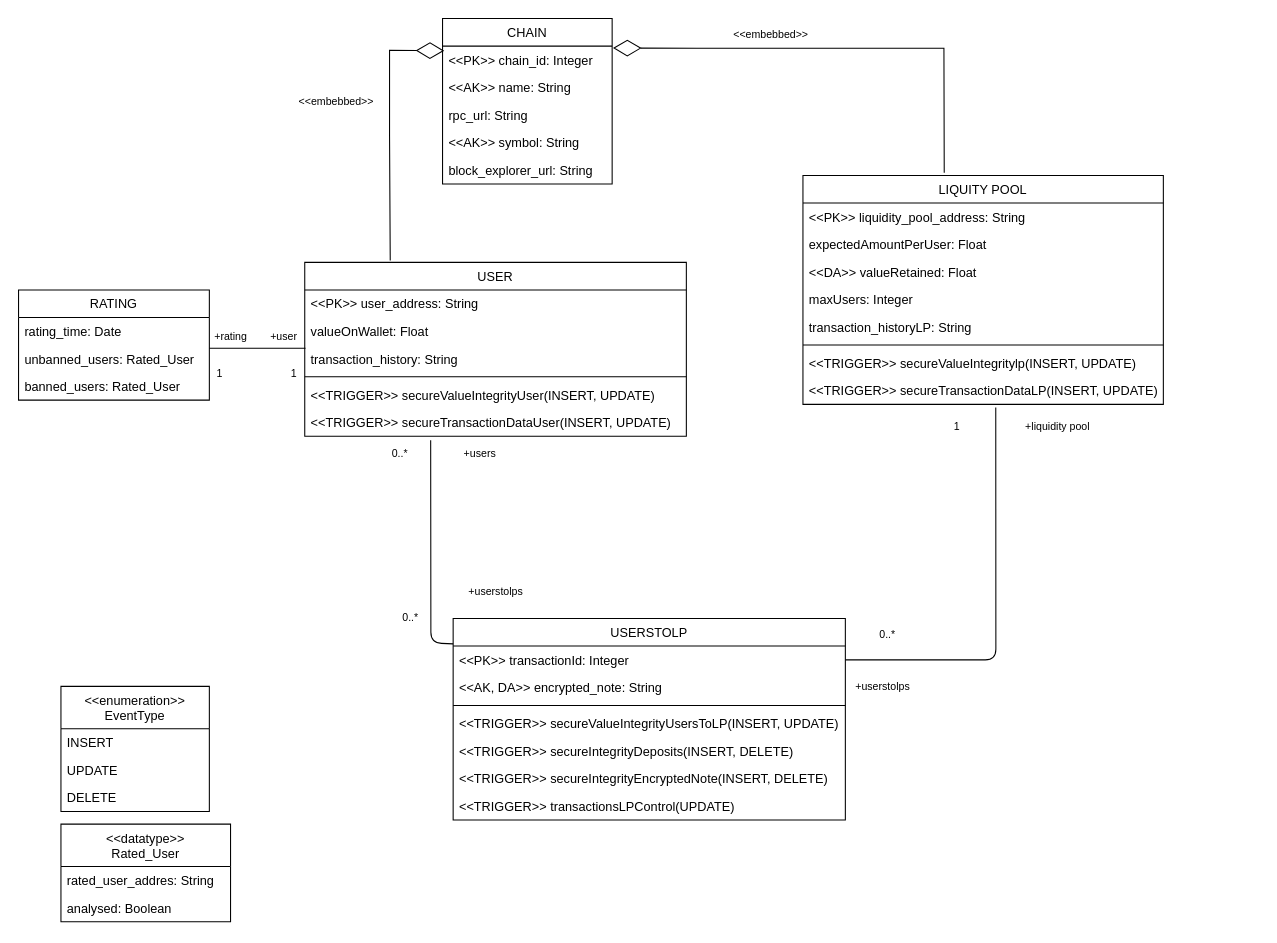
The draw.io diagram docs/TornadoCashUML.drawio in jcbraz/tornado-cash-db, before the edit. Source tidied: cells renumbered, new cells numbered last; positions are measured from the earlier drawing's top-left corner, leaving out a move shared by most shapes. Both pictures are drawn from the tidied source at 106%, with x=0, y=0 at pixel (18, 18).
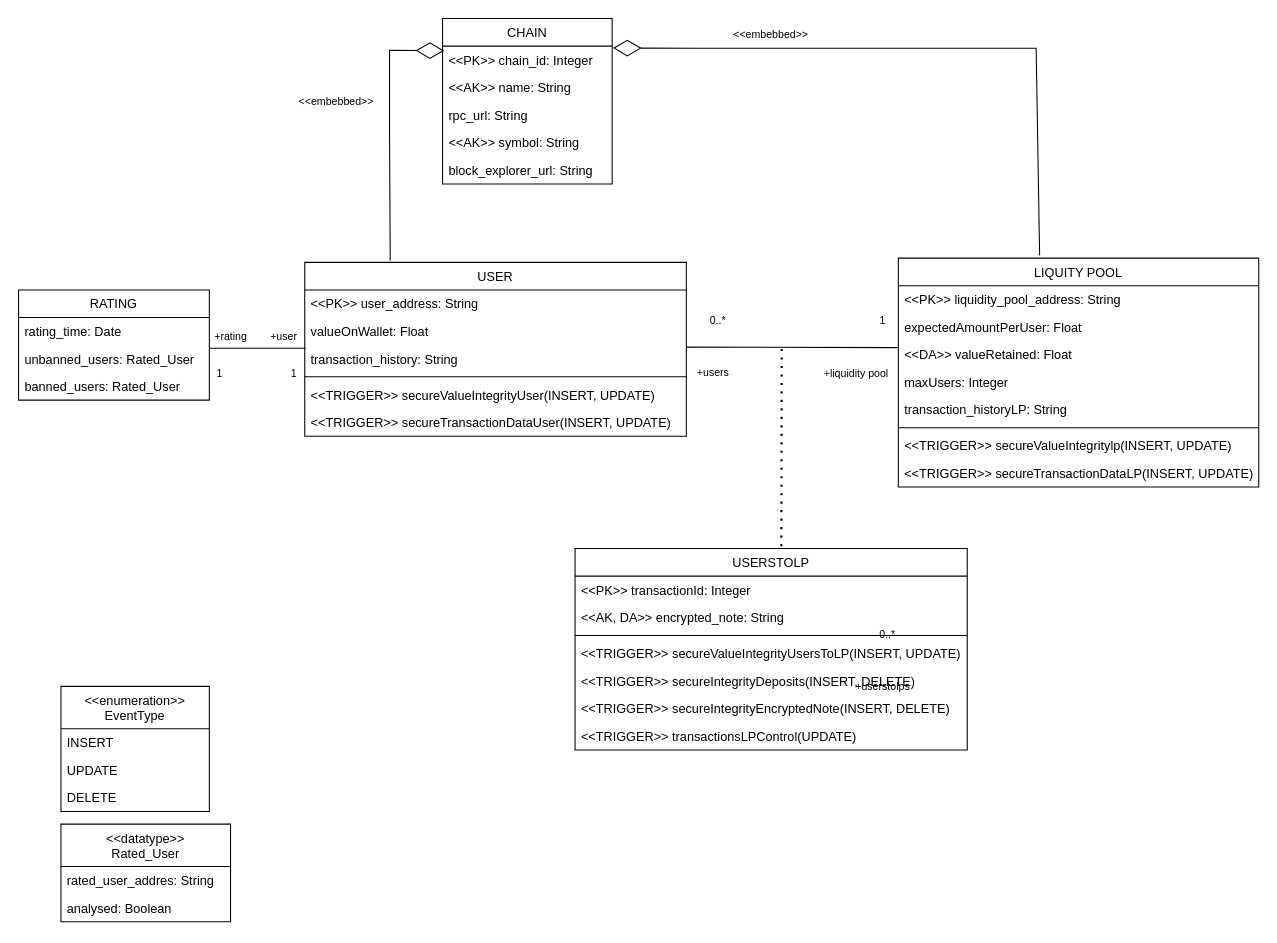
The same page after the edit.

Unchanged cells that the change refers to:
```xml
<mxCell id="3" value="&lt;&lt;PK&gt;&gt; chain_id: Integer" style="text;strokeColor=none;fillColor=none;align=left;verticalAlign=top;spacingLeft=4;spacingRight=4;overflow=hidden;points=[[0,0.5],[1,0.5]];portConstraint=eastwest;" parent="2" vertex="1">
  <mxGeometry y="26" width="160" height="26" as="geometry" />
</mxCell>
<mxCell id="14" value="&lt;&lt;TRIGGER&gt;&gt; secureTransactionDataUser(INSERT, UPDATE)&#10;" style="text;strokeColor=none;fillColor=none;align=left;verticalAlign=top;spacingLeft=4;spacingRight=4;overflow=hidden;points=[[0,0.5],[1,0.5]];portConstraint=eastwest;" parent="8" vertex="1">
  <mxGeometry y="138" width="360" height="26" as="geometry" />
</mxCell>
<mxCell id="18" value="&lt;&lt;DA&gt;&gt; valueRetained: Float" style="text;strokeColor=none;fillColor=none;align=left;verticalAlign=top;spacingLeft=4;spacingRight=4;overflow=hidden;points=[[0,0.5],[1,0.5]];portConstraint=eastwest;" parent="15" vertex="1">
  <mxGeometry y="78" width="340" height="26" as="geometry" />
</mxCell>
<mxCell id="23" value="&lt;&lt;TRIGGER&gt;&gt; secureTransactionDataLP(INSERT, UPDATE)&#10;" style="text;strokeColor=none;fillColor=none;align=left;verticalAlign=top;spacingLeft=4;spacingRight=4;overflow=hidden;points=[[0,0.5],[1,0.5]];portConstraint=eastwest;" parent="15" vertex="1">
  <mxGeometry y="190" width="340" height="26" as="geometry" />
</mxCell>
<mxCell id="37" value="&lt;&lt;PK&gt;&gt; transactionId: Integer" style="text;strokeColor=none;fillColor=none;align=left;verticalAlign=top;spacingLeft=4;spacingRight=4;overflow=hidden;points=[[0,0.5],[1,0.5]];portConstraint=eastwest;" parent="36" vertex="1">
  <mxGeometry y="26" width="370" height="26" as="geometry" />
</mxCell>
```

What changed in the source:
```diff
@@
     <mxCell id="15" value="LIQUITY POOL" style="swimlane;fontStyle=0;horizontal=1;startSize=26;fillColor=none;" parent="1" vertex="1">
-      <mxGeometry x="740" y="148" width="340" height="216" as="geometry" />
+      <mxGeometry x="830" y="226" width="340" height="216" as="geometry" />
     </mxCell>
@@
     <mxCell id="30" value="0..*" style="text;html=1;strokeColor=none;fillColor=none;align=center;verticalAlign=middle;whiteSpace=wrap;rounded=0;fontSize=10;" parent="1" vertex="1">
-      <mxGeometry x="330" y="395" width="60" height="30" as="geometry" />
+      <mxGeometry x="630" y="270" width="60" height="30" as="geometry" />
     </mxCell>
     <mxCell id="31" value="+users" style="text;html=1;align=center;verticalAlign=middle;strokeColor=none;fillColor=none;fontSize=10;" parent="1" vertex="1">
-      <mxGeometry x="410" y="395" width="50" height="30" as="geometry" />
+      <mxGeometry x="630" y="319" width="50" height="30" as="geometry" />
     </mxCell>
     <mxCell id="32" value="1" style="text;html=1;align=center;verticalAlign=middle;strokeColor=none;fillColor=none;fontSize=10;" parent="1" vertex="1">
-      <mxGeometry x="870" y="370" width="30" height="30" as="geometry" />
+      <mxGeometry x="800" y="270" width="30" height="30" as="geometry" />
     </mxCell>
     <mxCell id="33" value="+liquidity pool" style="text;html=1;align=center;verticalAlign=middle;strokeColor=none;fillColor=none;fontSize=10;" parent="1" vertex="1">
-      <mxGeometry x="940" y="375" width="80" height="20" as="geometry" />
+      <mxGeometry x="750" y="325" width="80" height="20" as="geometry" />
     </mxCell>
@@
     <mxCell id="35" style="endArrow=diamondThin;endFill=0;endSize=24;html=1;rounded=0;exitX=0.392;exitY=-0.012;exitDx=0;exitDy=0;exitPerimeter=0;entryX=1.005;entryY=0.07;entryDx=0;entryDy=0;entryPerimeter=0;" parent="1" edge="1" source="15" target="3">
       <mxGeometry relative="1" as="geometry">
         <Array as="points">
-          <mxPoint x="873" y="28" />
+          <mxPoint x="960" y="28" />
           <mxPoint x="640" y="28" />
         </Array>
       </mxGeometry>
     </mxCell>
     <mxCell id="36" value="USERSTOLP" style="swimlane;fontStyle=0;horizontal=1;startSize=26;fillColor=none;" parent="1" vertex="1">
-      <mxGeometry x="410" y="566" width="370" height="190" as="geometry" />
+      <mxGeometry x="525" y="500" width="370" height="190" as="geometry" />
     </mxCell>
@@
-    <mxCell id="44" style="endArrow=none;html=1;entryX=0.33;entryY=1.147;entryDx=0;entryDy=0;exitX=0;exitY=0.126;exitDx=0;exitDy=0;exitPerimeter=0;entryPerimeter=0;" parent="1" edge="1" source="36" target="14">
-      <mxGeometry relative="1" as="geometry">
-        <Array as="points">
-          <mxPoint x="389" y="589" />
-        </Array>
-      </mxGeometry>
-    </mxCell>
-    <mxCell id="45" style="endArrow=none;html=1;entryX=1;entryY=0.5;entryDx=0;entryDy=0;exitX=0.535;exitY=1.116;exitDx=0;exitDy=0;exitPerimeter=0;" parent="1" edge="1" source="23" target="37">
-      <mxGeometry relative="1" as="geometry">
-        <Array as="points">
-          <mxPoint x="922" y="605" />
-        </Array>
-      </mxGeometry>
-    </mxCell>
-    <mxCell id="46" value="0..*" style="text;html=1;strokeColor=none;fillColor=none;align=center;verticalAlign=middle;whiteSpace=wrap;rounded=0;fontSize=10;" parent="1" vertex="1">
-      <mxGeometry x="340" y="550" width="60" height="30" as="geometry" />
-    </mxCell>
-    <mxCell id="47" value="+userstolps" style="text;html=1;align=center;verticalAlign=middle;strokeColor=none;fillColor=none;fontSize=10;" parent="1" vertex="1">
-      <mxGeometry x="415" y="530" width="70" height="20" as="geometry" />
-    </mxCell>
@@
+    <mxCell id="62" style="endArrow=none;html=1;exitX=-0.002;exitY=0.248;exitDx=0;exitDy=0;exitPerimeter=0;" parent="1" edge="1" source="18">
+      <mxGeometry relative="1" as="geometry">
+        <mxPoint x="630" y="310" as="targetPoint" />
+      </mxGeometry>
+    </mxCell>
+    <mxCell id="63" style="endArrow=none;dashed=1;html=1;dashPattern=1 3;strokeWidth=2;exitX=0.526;exitY=-0.012;exitDx=0;exitDy=0;exitPerimeter=0;" parent="1" edge="1" source="36">
+      <mxGeometry relative="1" as="geometry">
+        <mxPoint x="720" y="309" as="targetPoint" />
+      </mxGeometry>
+    </mxCell>
```
